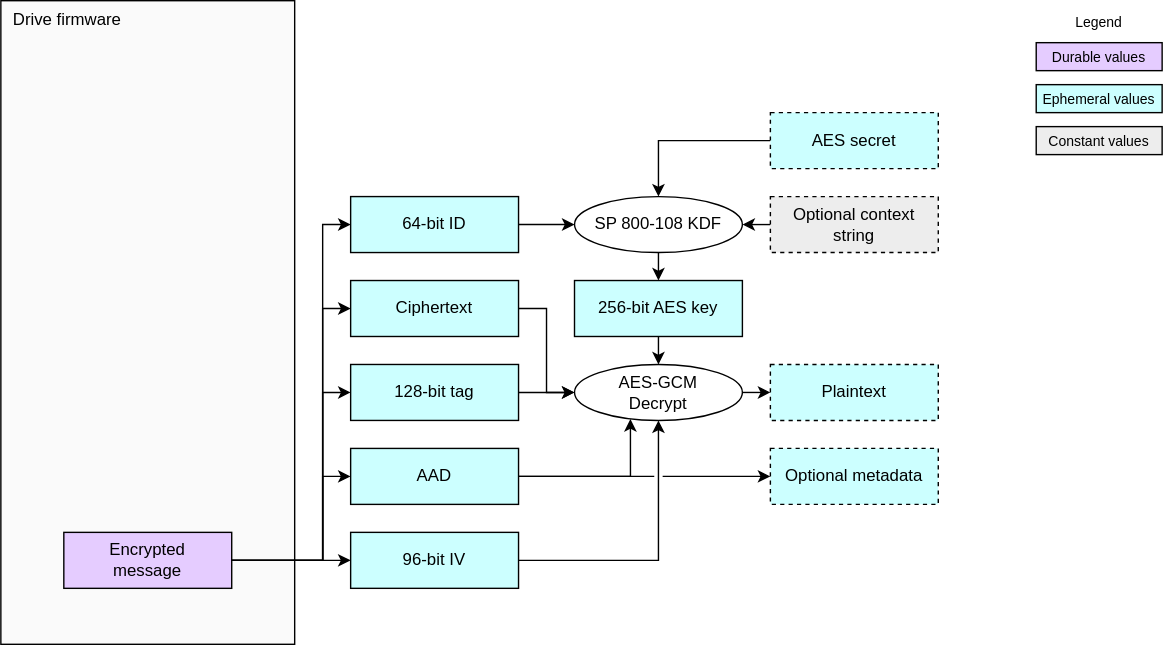
chipsalliance/Caliptra keeps this draw.io diagram as doc/ocp_lock/diagrams/preconditioned_aes_decrypt.drawio.svg. Above is the earlier version. Source tidied: cells renumbered, new cells last; positions are measured from the earlier drawing's top-left corner, leaving out a move shared by most shapes.
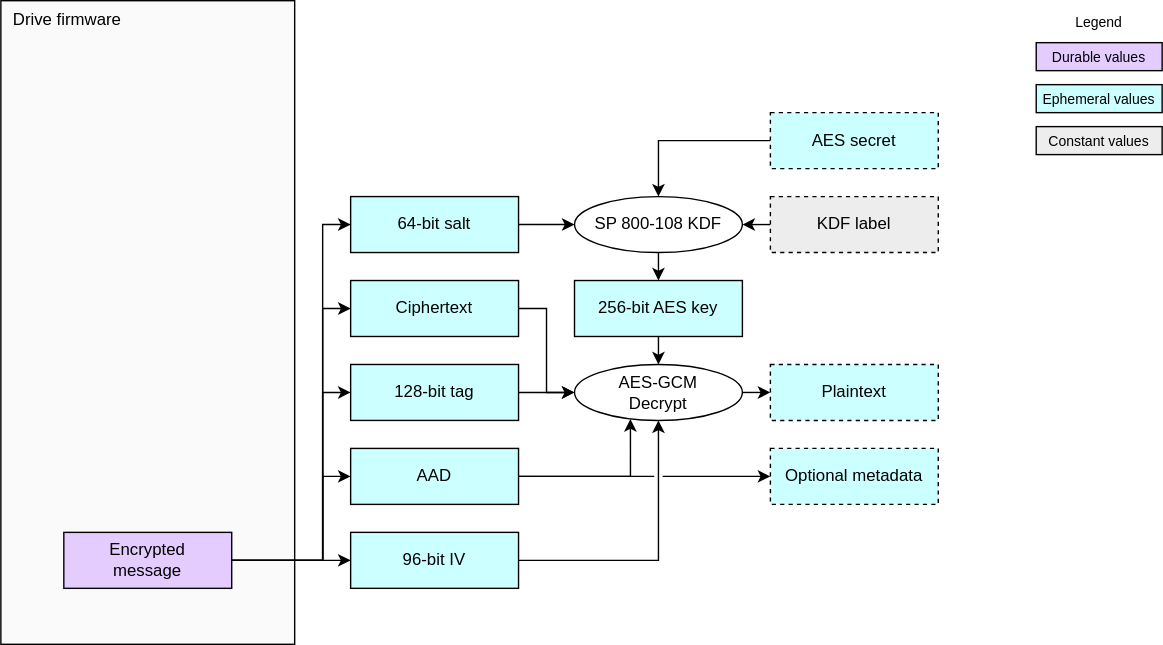
After the commit.

Diff of the diagram source:
```diff
@@ -69,7 +69,7 @@
     <mxCell id="20" value="AES secret" style="rounded=0;whiteSpace=wrap;html=1;align=center;verticalAlign=middle;shadow=0;glass=0;spacingLeft=0;spacingBottom=0;spacingTop=0;fillColor=#CCFFFF;dashed=1;" parent="1" vertex="1">
       <mxGeometry x="550" y="80" width="120" height="40" as="geometry" />
     </mxCell>
-    <mxCell id="21" value="&lt;div&gt;&lt;font color=&quot;#000000&quot;&gt;64-bit ID&lt;/font&gt;&lt;/div&gt;" style="rounded=0;whiteSpace=wrap;html=1;align=center;verticalAlign=middle;shadow=0;glass=0;spacingLeft=0;spacingBottom=0;spacingTop=0;fillColor=#CCFFFF;" parent="1" vertex="1">
+    <mxCell id="21" value="&lt;div&gt;&lt;font color=&quot;#000000&quot;&gt;64-bit salt&lt;/font&gt;&lt;/div&gt;" style="rounded=0;whiteSpace=wrap;html=1;align=center;verticalAlign=middle;shadow=0;glass=0;spacingLeft=0;spacingBottom=0;spacingTop=0;fillColor=#CCFFFF;" parent="1" vertex="1">
       <mxGeometry x="250" y="140" width="120" height="40" as="geometry" />
     </mxCell>
     <mxCell id="22" style="edgeStyle=orthogonalEdgeStyle;endArrow=classic;html=1;rounded=0;endSize=6;startSize=6;exitX=1;exitY=0.5;exitDx=0;exitDy=0;entryX=0;entryY=0.5;entryDx=0;entryDy=0;" parent="1" edge="1" source="21" target="19">
@@ -106,7 +106,7 @@
     <mxCell id="29" style="edgeStyle=orthogonalEdgeStyle;html=1;exitX=0;exitY=0.5;exitDx=0;exitDy=0;entryX=1;entryY=0.5;entryDx=0;entryDy=0;rounded=0;" parent="1" edge="1" source="30" target="19">
       <mxGeometry relative="1" as="geometry" />
     </mxCell>
-    <mxCell id="30" value="&lt;div&gt;&lt;font color=&quot;#000000&quot;&gt;Optional context string&lt;/font&gt;&lt;/div&gt;" style="rounded=0;whiteSpace=wrap;html=1;align=center;verticalAlign=middle;shadow=0;glass=0;spacingLeft=0;spacingBottom=0;spacingTop=0;fillColor=#EDEDED;dashed=1;" parent="1" vertex="1">
+    <mxCell id="30" value="&lt;div&gt;&lt;font color=&quot;#000000&quot;&gt;KDF label&lt;/font&gt;&lt;/div&gt;" style="rounded=0;whiteSpace=wrap;html=1;align=center;verticalAlign=middle;shadow=0;glass=0;spacingLeft=0;spacingBottom=0;spacingTop=0;fillColor=#EDEDED;dashed=1;" parent="1" vertex="1">
       <mxGeometry x="550" y="140" width="120" height="40" as="geometry" />
     </mxCell>
     <mxCell id="31" value="&lt;div&gt;&lt;font color=&quot;#000000&quot;&gt;Constant values&lt;/font&gt;&lt;/div&gt;" style="rounded=0;whiteSpace=wrap;html=1;align=center;verticalAlign=middle;shadow=0;glass=0;spacingLeft=0;spacingBottom=0;spacingTop=0;fillColor=#EDEDED;fontSize=10;" parent="1" vertex="1">
```
